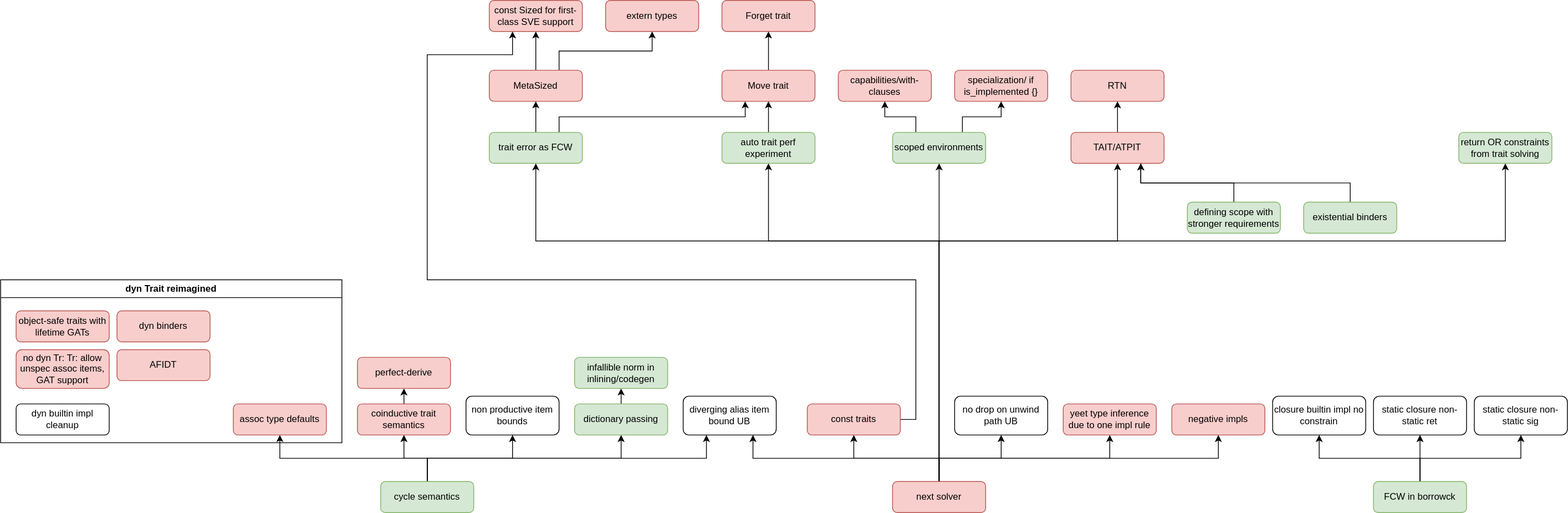
Earlier version of the draw.io export roadmap.svg (hexcatnl/roadmap). Source tidied: cells renumbered, new cells last; positions are measured from the earlier drawing's top-left corner, leaving out a move shared by most shapes.
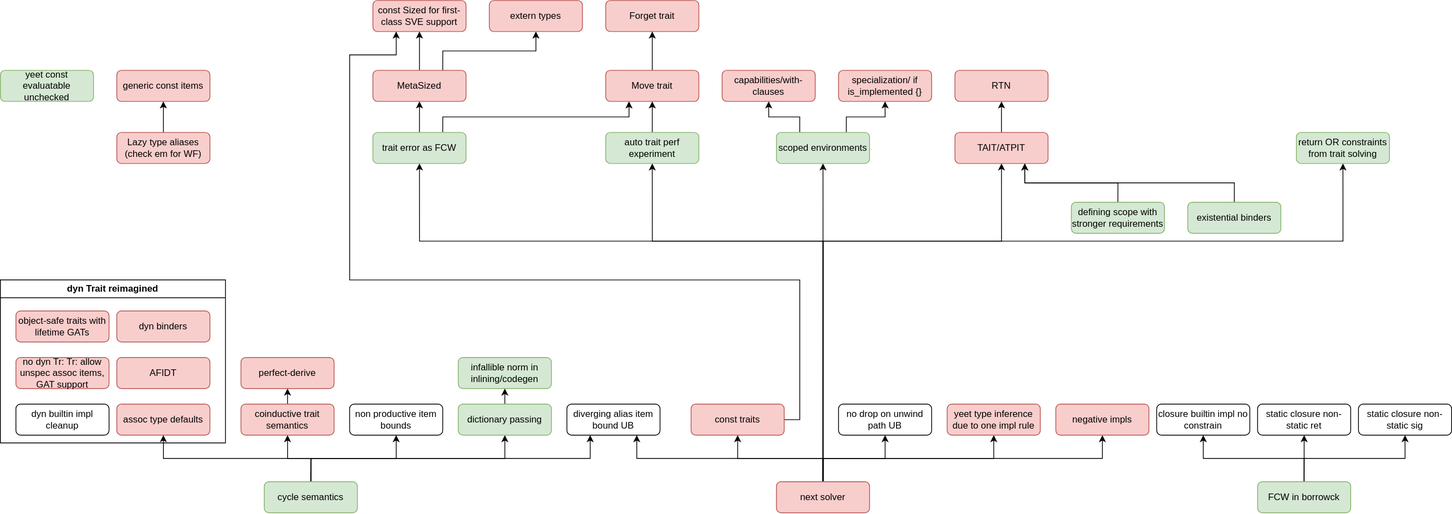
Later version of the same file.

The edit, as a diff of the source:
```diff
@@ -26,13 +26,13 @@
       <mxGeometry x="490" y="620" width="120" height="40" as="geometry" />
     </mxCell>
     <mxCell id="8" value="dyn Trait reimagined" style="swimlane;whiteSpace=wrap;html=1;" parent="1" vertex="1">
-      <mxGeometry y="360" width="440" height="210" as="geometry" />
+      <mxGeometry x="150" y="360" width="290" height="210" as="geometry" />
     </mxCell>
     <mxCell id="9" value="AFIDT" style="rounded=1;whiteSpace=wrap;html=1;fillColor=#f8cecc;strokeColor=#b85450;" parent="8" vertex="1">
-      <mxGeometry x="150" y="90" width="120" height="40" as="geometry" />
+      <mxGeometry x="150" y="100" width="120" height="40" as="geometry" />
     </mxCell>
     <mxCell id="10" value="&lt;div&gt;&lt;a href=&quot;https://github.com/rust-lang/rust/issues/29661&quot;&gt;assoc type defaults&lt;/a&gt;&lt;/div&gt;" style="rounded=1;whiteSpace=wrap;html=1;fillColor=#f8cecc;strokeColor=#b85450;" parent="8" vertex="1">
-      <mxGeometry x="300" y="160" width="120" height="40" as="geometry" />
+      <mxGeometry x="150" y="160" width="120" height="40" as="geometry" />
     </mxCell>
     <mxCell id="11" value="object-safe traits with lifetime GATs" style="rounded=1;whiteSpace=wrap;html=1;fillColor=#f8cecc;strokeColor=#b85450;" parent="8" vertex="1">
       <mxGeometry x="20" y="40" width="120" height="40" as="geometry" />
@@ -41,7 +41,7 @@
       <mxGeometry x="150" y="40" width="120" height="40" as="geometry" />
     </mxCell>
     <mxCell id="13" value="no dyn Tr: Tr: allow unspec assoc items, GAT support" style="rounded=1;whiteSpace=wrap;html=1;fillColor=#f8cecc;strokeColor=#b85450;" parent="8" vertex="1">
-      <mxGeometry x="20" y="90" width="120" height="50" as="geometry" />
+      <mxGeometry x="20" y="100" width="120" height="40" as="geometry" />
     </mxCell>
     <mxCell id="14" value="&lt;div&gt;&lt;a href=&quot;https://github.com/rust-lang/rust/issues/57893&quot;&gt;dyn builtin impl cleanup&lt;/a&gt;&lt;/div&gt;" style="rounded=1;whiteSpace=wrap;html=1;fillColor=light-dark(#FFFFFF,#FF0000);" parent="8" vertex="1">
       <mxGeometry x="20" y="160" width="120" height="40" as="geometry" />
@@ -56,7 +56,7 @@
       <mxGeometry x="460" y="460" width="120" height="40" as="geometry" />
     </mxCell>
     <mxCell id="18" value="&lt;div&gt;&lt;a href=&quot;https://github.com/rust-lang/rust/issues/135246&quot;&gt;non productive item bounds&lt;/a&gt;&lt;/div&gt;" style="rounded=1;whiteSpace=wrap;html=1;fillColor=light-dark(#FFFFFF,#FF3333);" parent="1" vertex="1">
-      <mxGeometry x="600" y="510" width="120" height="50" as="geometry" />
+      <mxGeometry x="600" y="520" width="120" height="40" as="geometry" />
     </mxCell>
     <mxCell id="19" style="edgeStyle=orthogonalEdgeStyle;rounded=0;jettySize=auto;html=1;exitX=0.5;exitY=0;exitDx=0;exitDy=0;entryX=0.5;entryY=1;entryDx=0;entryDy=0;" parent="1" edge="1" source="20" target="34">
       <mxGeometry relative="1" as="geometry" />
@@ -120,7 +120,7 @@
       <mxGeometry relative="1" as="geometry">
         <Array as="points">
           <mxPoint x="1210" y="310" />
-          <mxPoint x="1940" y="310" />
+          <mxPoint x="1880" y="310" />
         </Array>
       </mxGeometry>
     </mxCell>
@@ -130,9 +130,10 @@
     <mxCell id="32" style="edgeStyle=orthogonalEdgeStyle;rounded=0;jettySize=auto;html=1;entryX=0.25;entryY=1;entryDx=0;entryDy=0;" parent="1" edge="1" source="33" target="47">
       <mxGeometry relative="1" as="geometry">
         <Array as="points">
+          <mxPoint x="1180" y="540" />
           <mxPoint x="1180" y="360" />
-          <mxPoint x="550" y="360" />
-          <mxPoint x="550" y="70" />
+          <mxPoint x="600" y="360" />
+          <mxPoint x="600" y="70" />
           <mxPoint x="660" y="70" />
         </Array>
       </mxGeometry>
@@ -144,7 +145,7 @@
       <mxGeometry x="740" y="460" width="120" height="40" as="geometry" />
     </mxCell>
     <mxCell id="35" value="&lt;a href=&quot;https://github.com/rust-lang/rust/issues/135011&quot;&gt;diverging alias item bound UB&lt;/a&gt;" style="rounded=1;whiteSpace=wrap;html=1;fillColor=light-dark(#FFFFFF,#FF3333);" parent="1" vertex="1">
-      <mxGeometry x="880" y="510" width="120" height="50" as="geometry" />
+      <mxGeometry x="880" y="520" width="120" height="40" as="geometry" />
     </mxCell>
     <mxCell id="36" style="edgeStyle=orthogonalEdgeStyle;rounded=0;jettySize=auto;html=1;exitX=0.25;exitY=0;exitDx=0;exitDy=0;entryX=0.5;entryY=1;entryDx=0;entryDy=0;" parent="1" edge="1" source="38" target="52">
       <mxGeometry relative="1" as="geometry" />
@@ -201,7 +202,7 @@
       <mxGeometry x="1230" y="90" width="120" height="40" as="geometry" />
     </mxCell>
     <mxCell id="54" value="&lt;a href=&quot;https://github.com/rust-lang/rust/issues/47949&quot;&gt;no drop on unwind path UB&lt;/a&gt;" style="rounded=1;whiteSpace=wrap;html=1;fillColor=light-dark(#FFFFFF,#FF3333);" parent="1" vertex="1">
-      <mxGeometry x="1230" y="510" width="120" height="50" as="geometry" />
+      <mxGeometry x="1230" y="520" width="120" height="40" as="geometry" />
     </mxCell>
     <mxCell id="55" value="yeet type inference due to one impl rule" style="rounded=1;whiteSpace=wrap;html=1;fillColor=#f8cecc;strokeColor=#b85450;" parent="1" vertex="1">
       <mxGeometry x="1370" y="520" width="120" height="40" as="geometry" />
@@ -243,16 +244,28 @@
       <mxGeometry x="1770" y="620" width="120" height="40" as="geometry" />
     </mxCell>
     <mxCell id="68" value="&lt;a href=&quot;https://github.com/rust-lang/rust/issues/141713&quot;&gt;closure builtin impl no constrain&lt;/a&gt;" style="rounded=1;whiteSpace=wrap;html=1;fillColor=light-dark(#FFFFFF,#FF3333);" parent="1" vertex="1">
-      <mxGeometry x="1640" y="510" width="120" height="50" as="geometry" />
+      <mxGeometry x="1640" y="520" width="120" height="40" as="geometry" />
     </mxCell>
     <mxCell id="69" value="&lt;a href=&quot;https://github.com/rust-lang/rust/issues/84366&quot;&gt;static closure non-static ret&lt;/a&gt;" style="rounded=1;whiteSpace=wrap;html=1;fillColor=light-dark(#FFFFFF,#FF3333);" parent="1" vertex="1">
-      <mxGeometry x="1770" y="510" width="120" height="50" as="geometry" />
+      <mxGeometry x="1770" y="520" width="120" height="40" as="geometry" />
     </mxCell>
     <mxCell id="70" value="&lt;a href=&quot;https://github.com/rust-lang/rust/issues/112905&quot;&gt;static closure non-static sig&lt;/a&gt;" style="rounded=1;whiteSpace=wrap;html=1;fillColor=light-dark(#FFFFFF,#FF3333);" parent="1" vertex="1">
-      <mxGeometry x="1900" y="510" width="120" height="50" as="geometry" />
+      <mxGeometry x="1900" y="520" width="120" height="40" as="geometry" />
     </mxCell>
     <mxCell id="71" value="return OR constraints from trait solving" style="rounded=1;whiteSpace=wrap;html=1;fillColor=#d5e8d4;strokeColor=#82b366;" parent="1" vertex="1">
-      <mxGeometry x="1880" y="170" width="120" height="40" as="geometry" />
+      <mxGeometry x="1820" y="170" width="120" height="40" as="geometry" />
     </mxCell>
+    <mxCell id="72" style="edgeStyle=orthogonalEdgeStyle;rounded=0;jettySize=auto;html=1;exitX=0.5;exitY=0;exitDx=0;exitDy=0;entryX=0.5;entryY=1;entryDx=0;entryDy=0;" parent="1" edge="1" source="73" target="74">
+      <mxGeometry relative="1" as="geometry" />
+    </mxCell>
+    <mxCell id="73" value="Lazy type aliases (check em for WF)" style="rounded=1;whiteSpace=wrap;html=1;fillColor=#f8cecc;strokeColor=#b85450;" parent="1" vertex="1">
+      <mxGeometry x="300" y="170" width="120" height="40" as="geometry" />
+    </mxCell>
+    <mxCell id="74" value="generic const items" style="rounded=1;whiteSpace=wrap;html=1;fillColor=#f8cecc;strokeColor=#b85450;" parent="1" vertex="1">
+      <mxGeometry x="300" y="90" width="120" height="40" as="geometry" />
+    </mxCell>
+    <mxCell id="75" value="yeet const evaluatable unchecked" style="rounded=1;whiteSpace=wrap;html=1;fillColor=#d5e8d4;strokeColor=#82b366;" parent="1" vertex="1">
+      <mxGeometry x="150" y="90" width="120" height="40" as="geometry" />
+    </mxCell>
   </root>
 </mxGraphModel>
```
